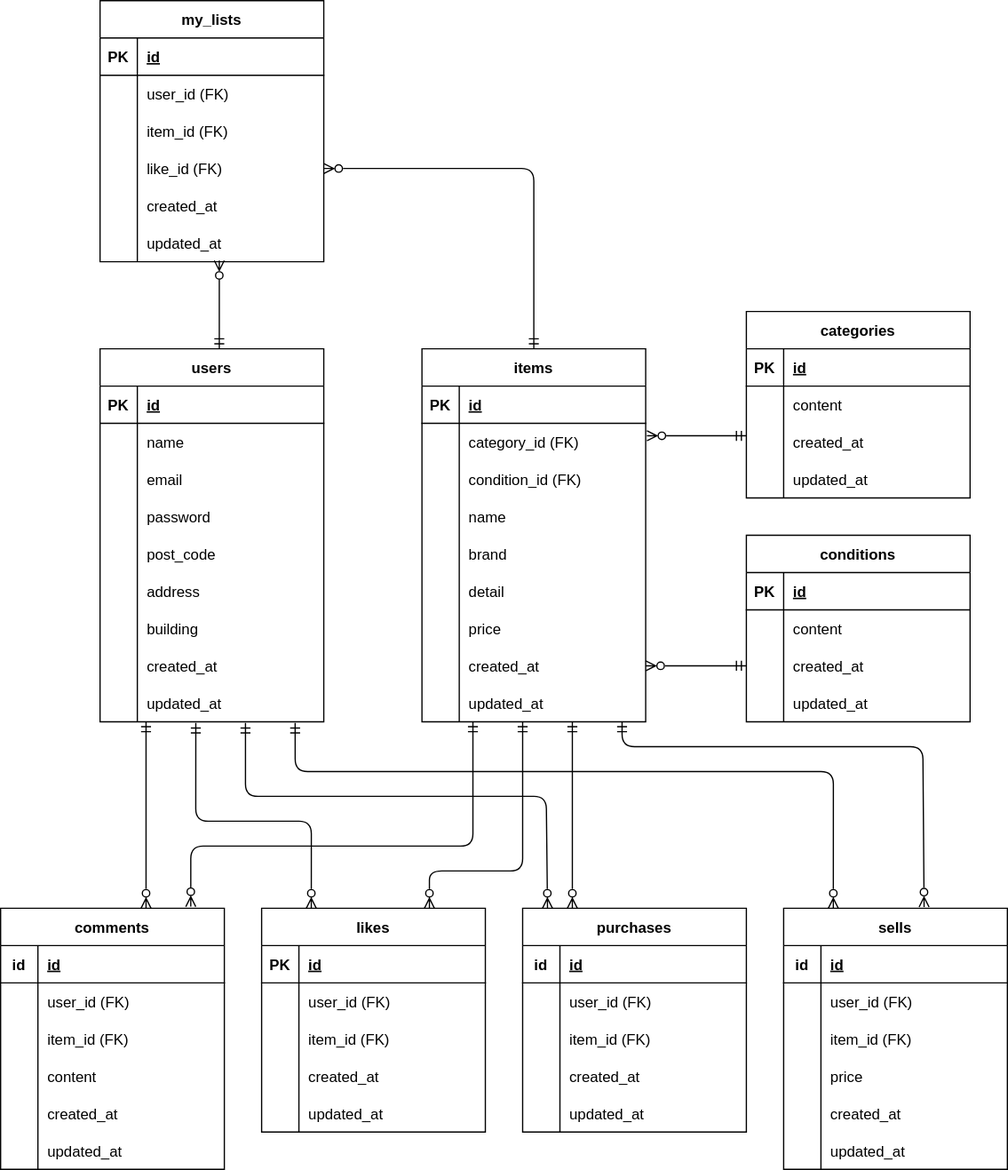
dq-myk/flea-market-app keeps this draw.io diagram as src/flea-market-test_ER.drawio.svg. Above is the earlier version. Source tidied: cells renumbered, new cells last; positions are measured from the earlier drawing's top-left corner, leaving out a move shared by most shapes.
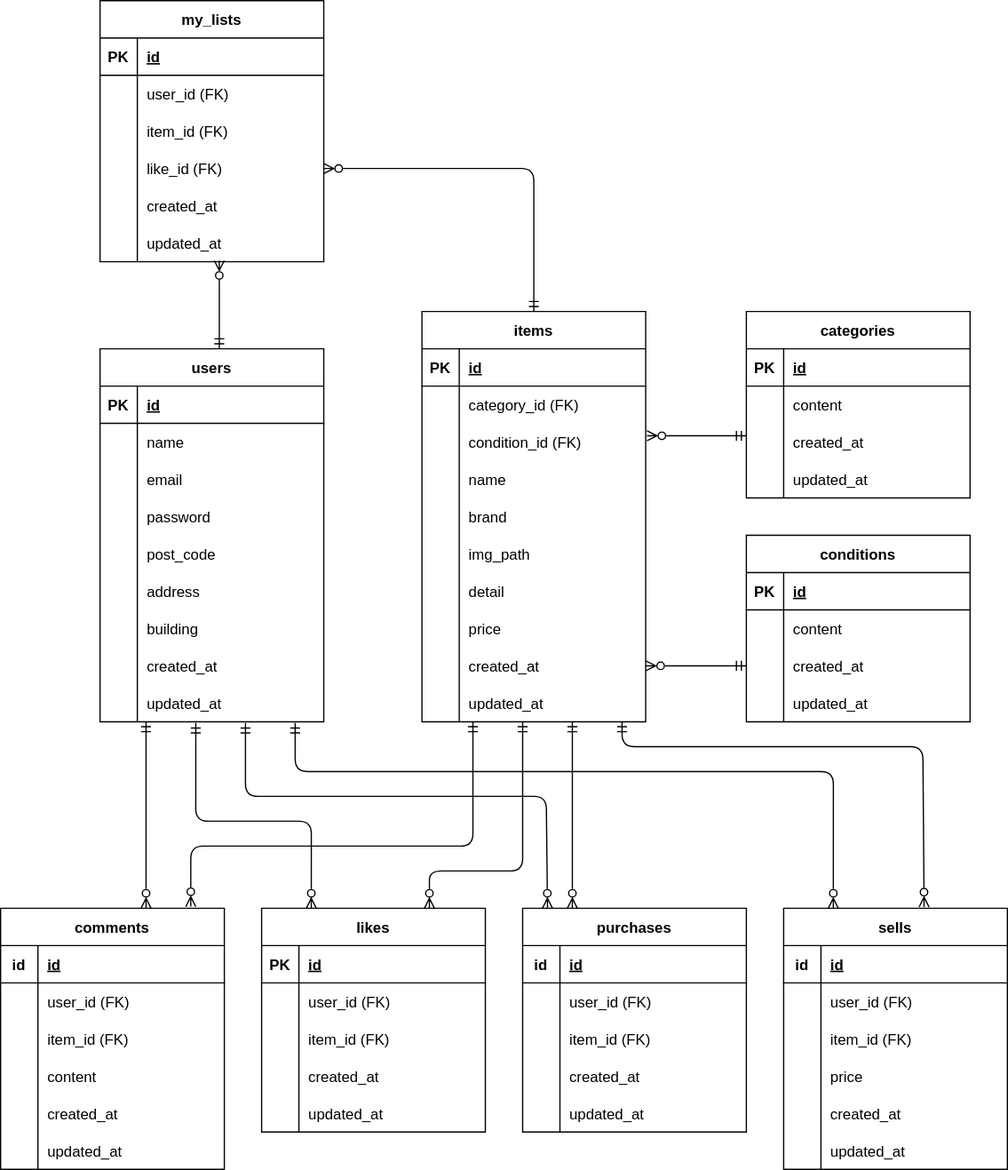
Above is the later version.

The edit, as a diff of the source:
```diff
@@ -192,7 +192,7 @@
       <mxGeometry x="30" width="150" height="30" as="geometry" />
     </mxCell>
     <mxCell id="65" value="items" style="shape=table;startSize=30;rowLines=0;fontStyle=1;align=center;" parent="1" vertex="1">
-      <mxGeometry x="339" y="280" width="180" height="300" as="geometry" />
+      <mxGeometry x="339" y="250" width="180" height="330" as="geometry" />
     </mxCell>
     <mxCell id="66" style="shape=tableRow;horizontal=0;startSize=0;swimlaneHead=0;swimlaneBody=0;fillColor=none;top=0;left=0;right=0;bottom=1;" parent="65" vertex="1">
       <mxGeometry y="30" width="180" height="30" as="geometry" />
@@ -239,8 +239,17 @@
     <mxCell id="80" value="brand" style="shape=partialRectangle;fillColor=none;top=0;left=0;bottom=0;right=0;align=left;spacingLeft=6;overflow=hidden;" parent="78" vertex="1">
       <mxGeometry x="30" width="150" height="30" as="geometry" />
     </mxCell>
+    <mxCell id="185" style="shape=tableRow;horizontal=0;startSize=0;swimlaneHead=0;swimlaneBody=0;fillColor=none;top=0;left=0;right=0;bottom=0;" parent="65" vertex="1">
+      <mxGeometry y="180" width="180" height="30" as="geometry" />
+    </mxCell>
+    <mxCell id="186" style="shape=partialRectangle;fillColor=none;top=0;left=0;bottom=0;right=0;overflow=hidden;" parent="185" vertex="1">
+      <mxGeometry width="30" height="30" as="geometry" />
+    </mxCell>
+    <mxCell id="187" value="img_path" style="shape=partialRectangle;fillColor=none;top=0;left=0;bottom=0;right=0;align=left;spacingLeft=6;overflow=hidden;" parent="185" vertex="1">
+      <mxGeometry x="30" width="150" height="30" as="geometry" />
+    </mxCell>
     <mxCell id="81" style="shape=tableRow;horizontal=0;startSize=0;swimlaneHead=0;swimlaneBody=0;fillColor=none;top=0;left=0;right=0;bottom=0;" parent="65" vertex="1">
-      <mxGeometry y="180" width="180" height="30" as="geometry" />
+      <mxGeometry y="210" width="180" height="30" as="geometry" />
     </mxCell>
     <mxCell id="82" style="shape=partialRectangle;fillColor=none;top=0;left=0;bottom=0;right=0;overflow=hidden;" parent="81" vertex="1">
       <mxGeometry width="30" height="30" as="geometry" />
@@ -249,7 +258,7 @@
       <mxGeometry x="30" width="150" height="30" as="geometry" />
     </mxCell>
     <mxCell id="84" style="shape=tableRow;horizontal=0;startSize=0;swimlaneHead=0;swimlaneBody=0;fillColor=none;top=0;left=0;right=0;bottom=0;" parent="65" vertex="1">
-      <mxGeometry y="210" width="180" height="30" as="geometry" />
+      <mxGeometry y="240" width="180" height="30" as="geometry" />
     </mxCell>
     <mxCell id="85" style="shape=partialRectangle;fillColor=none;top=0;left=0;bottom=0;right=0;overflow=hidden;" parent="84" vertex="1">
       <mxGeometry width="30" height="30" as="geometry" />
@@ -258,7 +267,7 @@
       <mxGeometry x="30" width="150" height="30" as="geometry" />
     </mxCell>
     <mxCell id="87" style="shape=tableRow;horizontal=0;startSize=0;swimlaneHead=0;swimlaneBody=0;fillColor=none;points=[[0,0.5],[1,0.5]];portConstraint=eastwest;top=0;left=0;right=0;bottom=0;" parent="65" vertex="1">
-      <mxGeometry y="240" width="180" height="30" as="geometry" />
+      <mxGeometry y="270" width="180" height="30" as="geometry" />
     </mxCell>
     <mxCell id="88" style="shape=partialRectangle;fillColor=none;top=0;left=0;bottom=0;right=0;overflow=hidden;" parent="87" vertex="1">
       <mxGeometry width="30" height="30" as="geometry" />
@@ -267,7 +276,7 @@
       <mxGeometry x="30" width="150" height="30" as="geometry" />
     </mxCell>
     <mxCell id="90" style="shape=tableRow;horizontal=0;startSize=0;swimlaneHead=0;swimlaneBody=0;fillColor=none;top=0;left=0;right=0;bottom=0;" parent="65" vertex="1">
-      <mxGeometry y="270" width="180" height="30" as="geometry" />
+      <mxGeometry y="300" width="180" height="30" as="geometry" />
     </mxCell>
     <mxCell id="91" style="shape=partialRectangle;fillColor=none;top=0;left=0;bottom=0;right=0;overflow=hidden;" parent="90" vertex="1">
       <mxGeometry width="30" height="30" as="geometry" />
```
